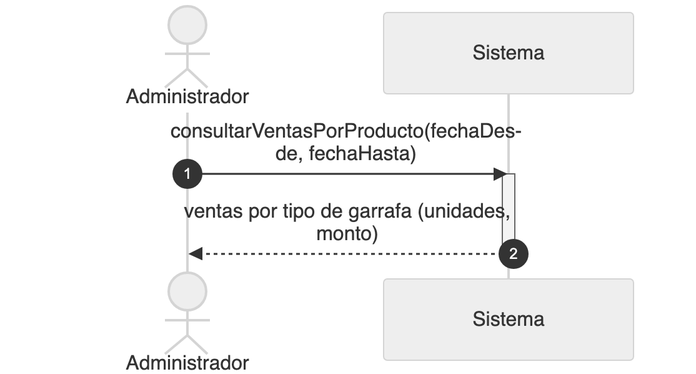
Above: diagramas/png/DSS_CU-028_Ver-Reporte-De-Ventas-Por-Producto.png in Nahuelito-Dev/splg-docs (Mermaid), before the change. Its source is kept beside it as diagramas/DSS_CU-028_Ver-Reporte-De-Ventas-Por-Producto.mmd. Source of this version:
```mermaid
sequenceDiagram
    title DSS — CU-028 Ver Reporte De Ventas Por Producto
    autonumber
    actor ADM as Administrador
    participant SIS as Sistema

    ADM->>SIS: consultarVentasPorProducto(fechaDesde, fechaHasta)
    activate SIS
    SIS-->>ADM: ventas por tipo de garrafa (unidades, monto)
    deactivate SIS
```
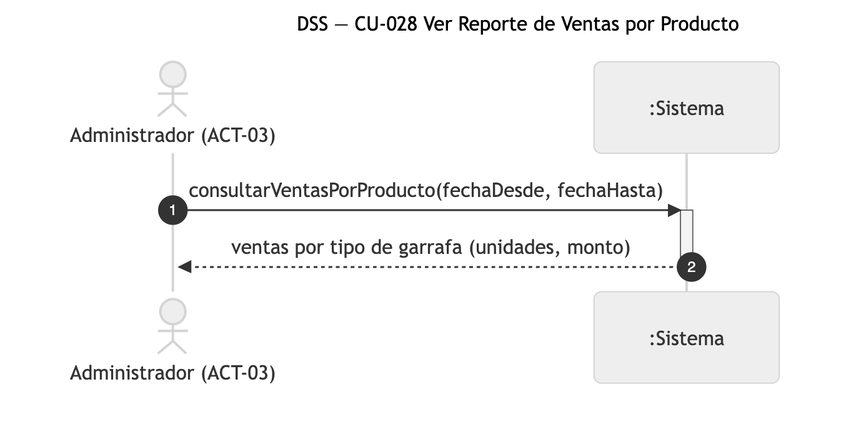
The same file after the commit.

The edit, as a diff of the source:
```diff
@@ -1,8 +1,8 @@
 sequenceDiagram
-    title DSS — CU-028 Ver Reporte De Ventas Por Producto
+    title DSS — CU-028 Ver Reporte de Ventas por Producto
     autonumber
-    actor ADM as Administrador
-    participant SIS as Sistema
+    actor ADM as Administrador (ACT-03)
+    participant SIS as :Sistema
 
     ADM->>SIS: consultarVentasPorProducto(fechaDesde, fechaHasta)
     activate SIS
```
